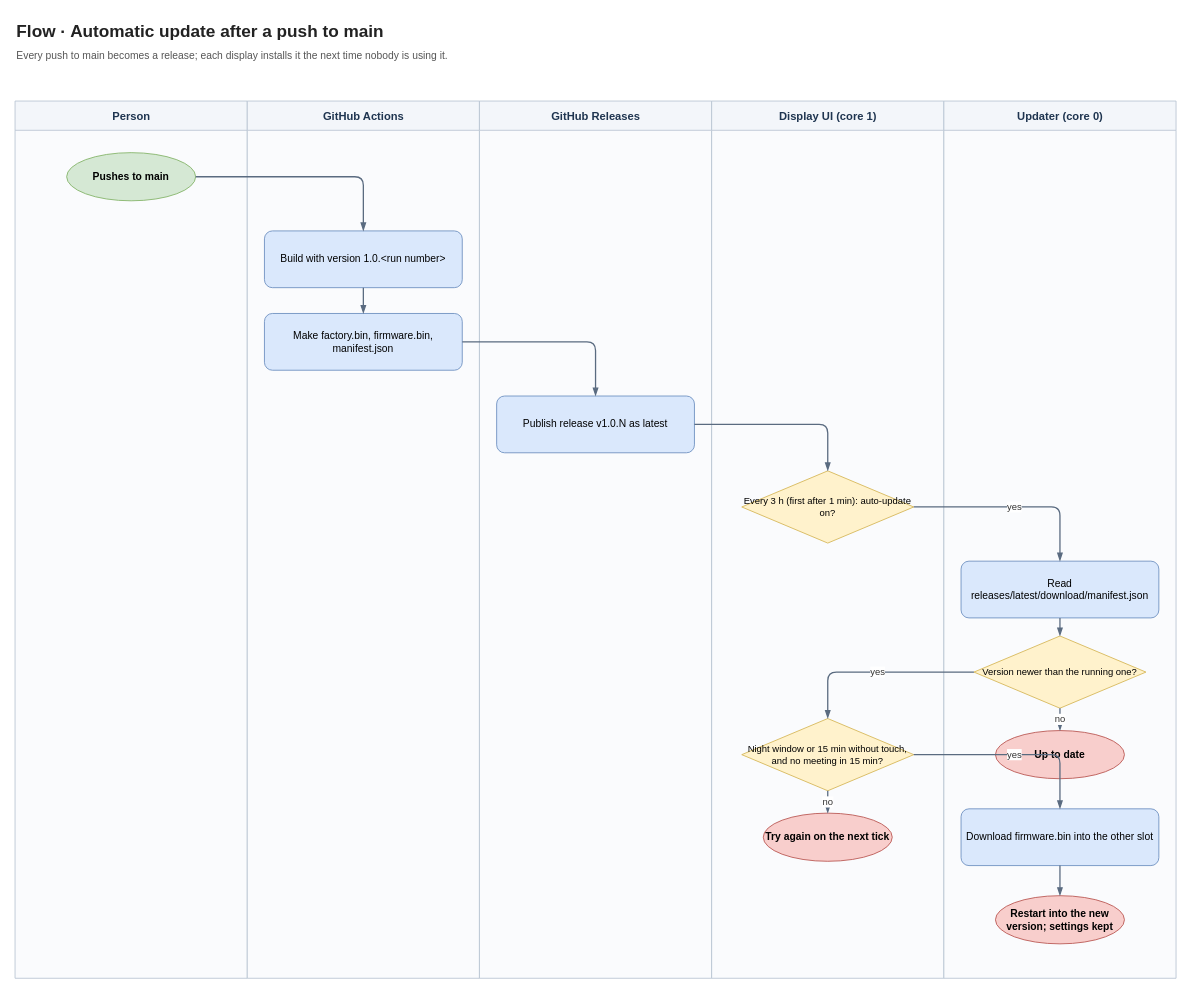
This is page "Flow · Automatic update after a push to main" (19 of 37) of docs/architecture.drawio from LimitlessA/ESP32-Display-Calendar-and-To-Do, a draw.io file, before an edit. Source tidied: cells renumbered, new cells numbered last; positions are measured from the earlier drawing's top-left corner, leaving out a move shared by most shapes. Both pictures are drawn from the tidied source at 86%, with x=0, y=0 at pixel (15, 15).
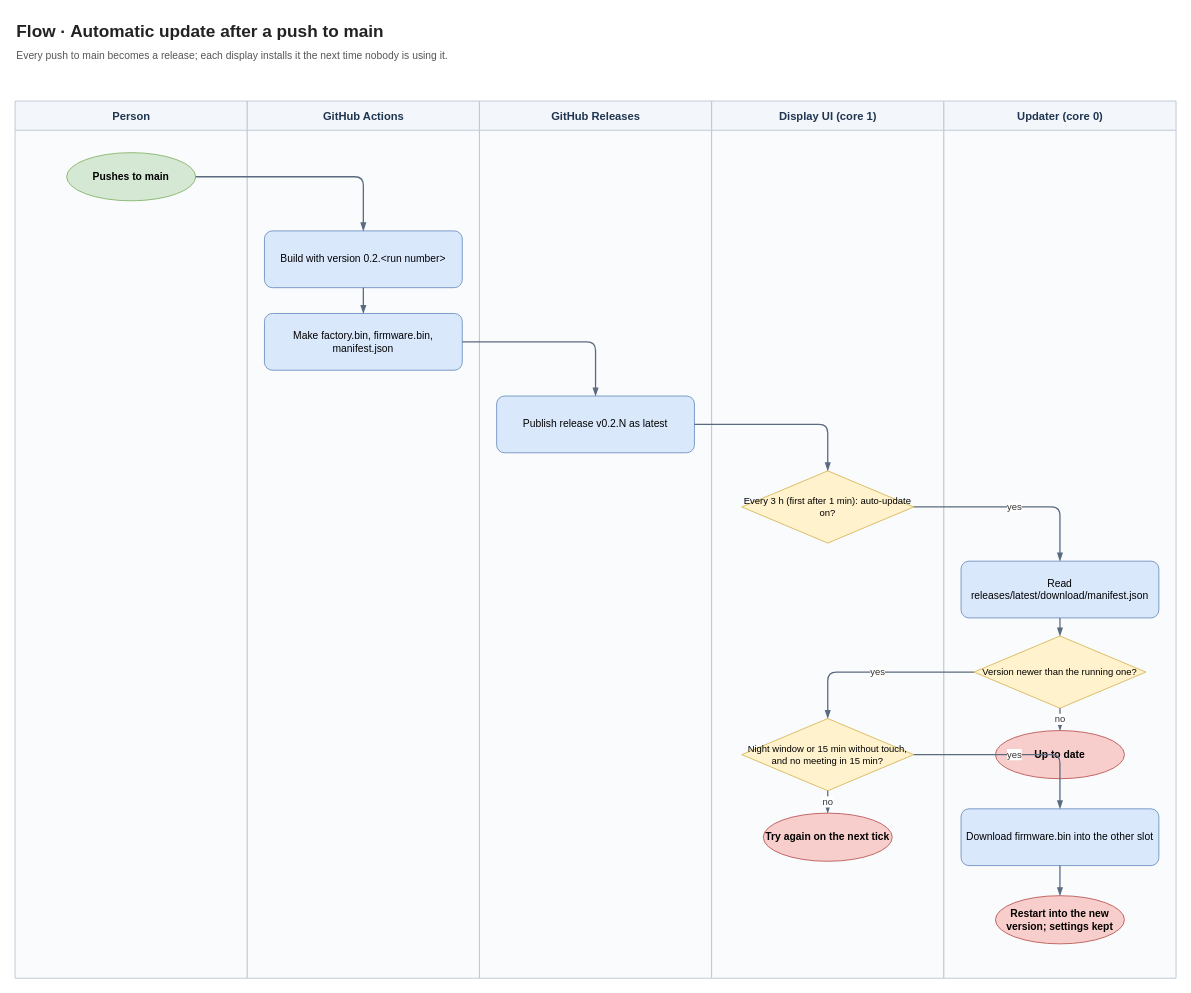
After the change.

Diff of the diagram source:
```diff
@@
-    <mxCell id="10" value="Build with version 1.0.&amp;lt;run number&amp;gt;" style="rounded=1;arcSize=14;whiteSpace=wrap;html=1;fillColor=#DAE8FC;strokeColor=#6C8EBF;fontSize=12;" parent="1" vertex="1">
+    <mxCell id="10" value="Build with version 0.2.&amp;lt;run number&amp;gt;" style="rounded=1;arcSize=14;whiteSpace=wrap;html=1;fillColor=#DAE8FC;strokeColor=#6C8EBF;fontSize=12;" parent="1" vertex="1">
       <mxGeometry x="290" y="251" width="230" height="66" as="geometry" />
     </mxCell>
@@
-    <mxCell id="12" value="Publish release v1.0.N as latest" style="rounded=1;arcSize=14;whiteSpace=wrap;html=1;fillColor=#DAE8FC;strokeColor=#6C8EBF;fontSize=12;" parent="1" vertex="1">
+    <mxCell id="12" value="Publish release v0.2.N as latest" style="rounded=1;arcSize=14;whiteSpace=wrap;html=1;fillColor=#DAE8FC;strokeColor=#6C8EBF;fontSize=12;" parent="1" vertex="1">
       <mxGeometry x="560" y="443" width="230" height="66" as="geometry" />
     </mxCell>
```
